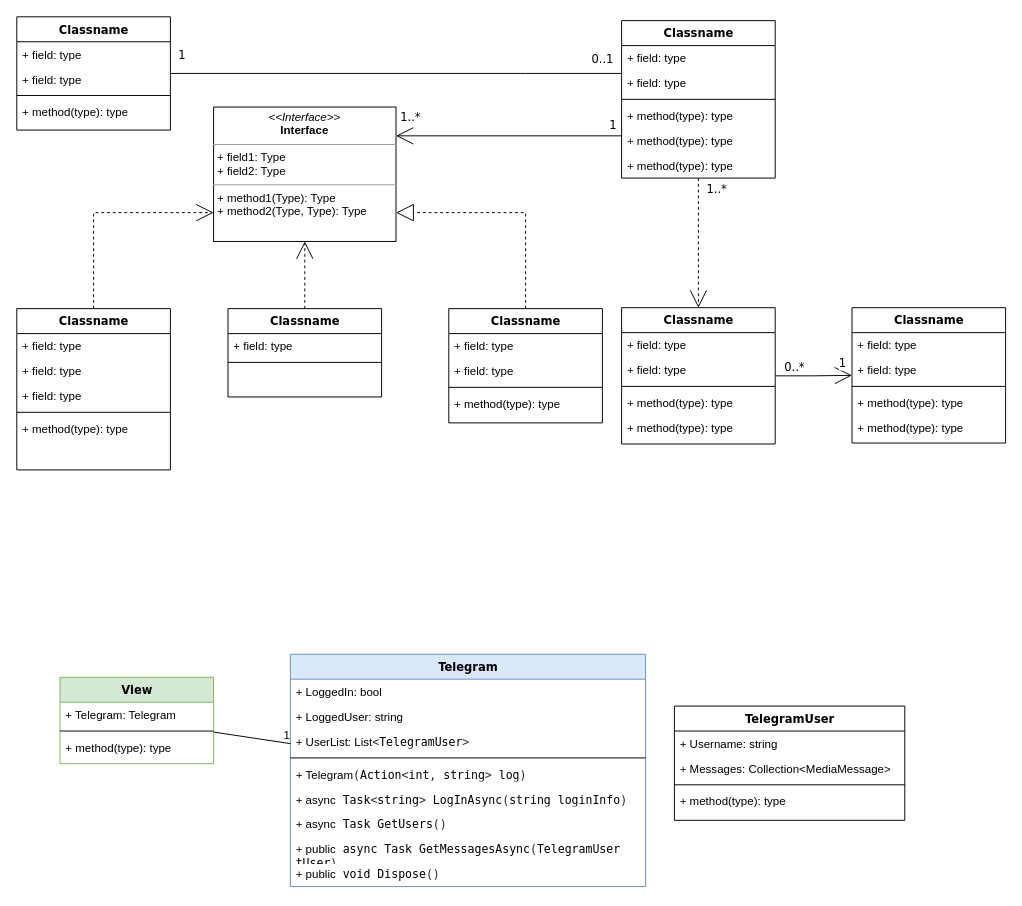
The draw.io diagram gb_classes.drawio in konoplinovich/Diagrams, before the edit. Source tidied: cells renumbered, new cells numbered last; positions are measured from the earlier drawing's top-left corner, leaving out a move shared by most shapes. Both pictures are drawn from the tidied source at 96%, with x=0, y=0 at pixel (16, 16).
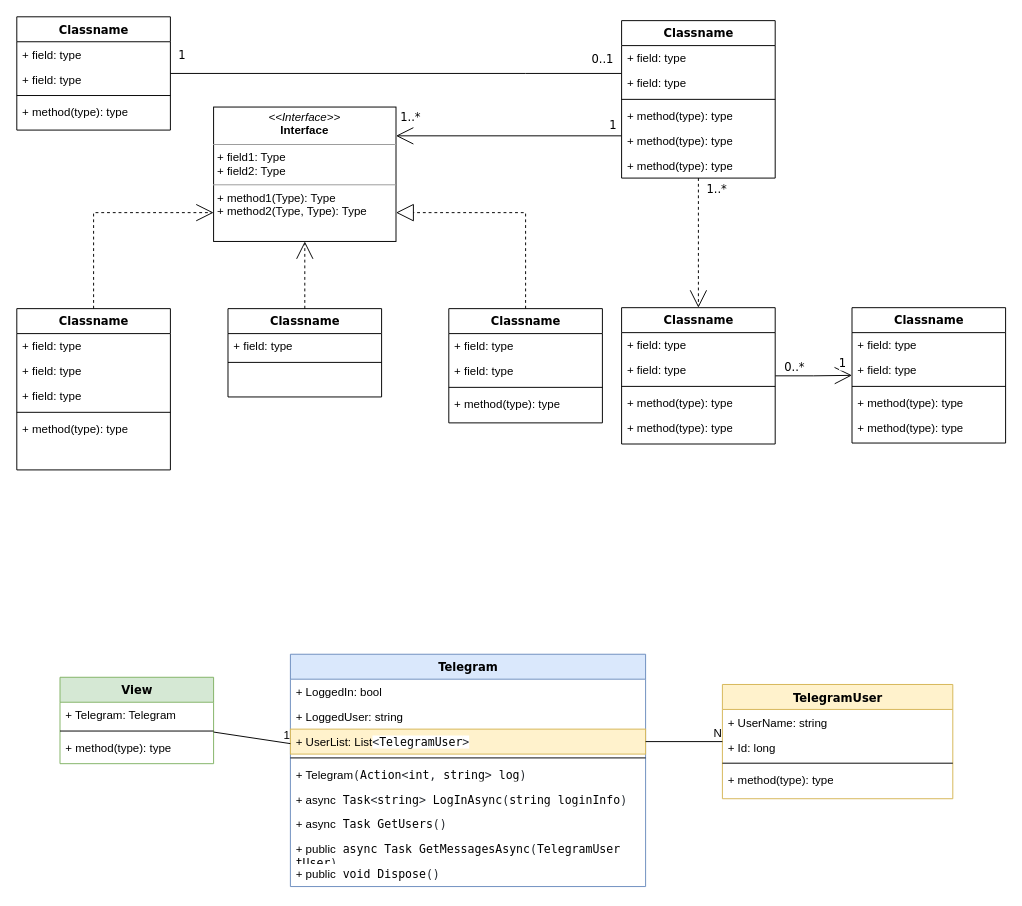
The same page after the edit.

The change refers to these unchanged cells:
```xml
<mxCell id="64" value="Telegram" style="swimlane;html=1;fontStyle=1;align=center;verticalAlign=top;horizontal=1;startSize=26;swimlaneFillColor=#ffffff;rounded=0;shadow=0;comic=0;labelBackgroundColor=none;strokeWidth=1;fillColor=#dae8fc;fontFamily=Verdana;fontSize=12;strokeColor=#6c8ebf;" parent="1" vertex="1">
  <mxGeometry x="285" y="664" width="370" height="242" as="geometry" />
</mxCell>
```

Change to the diagram source:
```diff
@@
-    <mxCell id="59" value="TelegramUser" style="swimlane;html=1;fontStyle=1;align=center;verticalAlign=top;horizontal=1;startSize=26;swimlaneFillColor=#ffffff;rounded=0;shadow=0;comic=0;labelBackgroundColor=none;strokeWidth=1;fillColor=default;fontFamily=Verdana;fontSize=12;" parent="1" vertex="1">
-      <mxGeometry x="685" y="718" width="240" height="119" as="geometry" />
+    <mxCell id="59" value="TelegramUser" style="swimlane;html=1;fontStyle=1;align=center;verticalAlign=top;horizontal=1;startSize=26;swimlaneFillColor=#ffffff;rounded=0;shadow=0;comic=0;labelBackgroundColor=none;strokeWidth=1;fillColor=#fff2cc;fontFamily=Verdana;fontSize=12;strokeColor=#d6b656;" parent="1" vertex="1">
+      <mxGeometry x="735" y="695.5" width="240" height="119" as="geometry" />
     </mxCell>
-    <mxCell id="60" value="+ Username: string" style="text;html=1;strokeColor=none;fillColor=none;align=left;verticalAlign=top;spacingLeft=4;spacingRight=4;whiteSpace=wrap;overflow=hidden;" parent="59" vertex="1">
+    <mxCell id="60" value="+ UserName: string" style="text;html=1;strokeColor=none;fillColor=none;align=left;verticalAlign=top;spacingLeft=4;spacingRight=4;whiteSpace=wrap;overflow=hidden;" parent="59" vertex="1">
       <mxGeometry y="26" width="240" height="26" as="geometry" />
     </mxCell>
-    <mxCell id="61" value="+ Messages: Collection&amp;lt;MediaMessage&amp;gt;" style="text;html=1;strokeColor=none;fillColor=none;align=left;verticalAlign=top;spacingLeft=4;spacingRight=4;whiteSpace=wrap;overflow=hidden;" parent="59" vertex="1">
+    <mxCell id="61" value="+&amp;nbsp;Id:&amp;nbsp;long&lt;span style=&quot;color: rgb(36, 41, 47); font-family: ui-monospace, SFMono-Regular, &amp;quot;SF Mono&amp;quot;, Menlo, Consolas, &amp;quot;Liberation Mono&amp;quot;, monospace; background-color: rgb(255, 255, 255);&quot;&gt;&amp;nbsp;&lt;/span&gt;" style="text;html=1;strokeColor=none;fillColor=none;align=left;verticalAlign=top;spacingLeft=4;spacingRight=4;whiteSpace=wrap;overflow=hidden;" parent="59" vertex="1">
       <mxGeometry y="52" width="240" height="26" as="geometry" />
     </mxCell>
@@
-    <mxCell id="67" value="+&amp;nbsp;UserList:&amp;nbsp;List&lt;span style=&quot;color: rgb(36, 41, 47); font-family: ui-monospace, SFMono-Regular, &amp;quot;SF Mono&amp;quot;, Menlo, Consolas, &amp;quot;Liberation Mono&amp;quot;, monospace; background-color: rgb(255, 255, 255);&quot;&gt;&amp;lt;&lt;/span&gt;&lt;span style=&quot;box-sizing: border-box; color: var(--color-prettylights-syntax-entity); font-family: ui-monospace, SFMono-Regular, &amp;quot;SF Mono&amp;quot;, Menlo, Consolas, &amp;quot;Liberation Mono&amp;quot;, monospace; background-color: rgb(255, 255, 255);&quot; class=&quot;pl-en&quot;&gt;TelegramUser&lt;/span&gt;&lt;span style=&quot;color: rgb(36, 41, 47); font-family: ui-monospace, SFMono-Regular, &amp;quot;SF Mono&amp;quot;, Menlo, Consolas, &amp;quot;Liberation Mono&amp;quot;, monospace; background-color: rgb(255, 255, 255);&quot;&gt;&amp;gt;&lt;/span&gt;" style="text;html=1;strokeColor=none;fillColor=none;align=left;verticalAlign=top;spacingLeft=4;spacingRight=4;whiteSpace=wrap;overflow=hidden;points=[[0,0.5],[1,0.5]];portConstraint=eastwest;" parent="64" vertex="1">
+    <mxCell id="67" value="+&amp;nbsp;UserList:&amp;nbsp;List&lt;span style=&quot;color: rgb(36, 41, 47); font-family: ui-monospace, SFMono-Regular, &amp;quot;SF Mono&amp;quot;, Menlo, Consolas, &amp;quot;Liberation Mono&amp;quot;, monospace; background-color: rgb(255, 255, 255);&quot;&gt;&amp;lt;&lt;/span&gt;&lt;span style=&quot;box-sizing: border-box; color: var(--color-prettylights-syntax-entity); font-family: ui-monospace, SFMono-Regular, &amp;quot;SF Mono&amp;quot;, Menlo, Consolas, &amp;quot;Liberation Mono&amp;quot;, monospace; background-color: rgb(255, 255, 255);&quot; class=&quot;pl-en&quot;&gt;TelegramUser&lt;/span&gt;&lt;span style=&quot;color: rgb(36, 41, 47); font-family: ui-monospace, SFMono-Regular, &amp;quot;SF Mono&amp;quot;, Menlo, Consolas, &amp;quot;Liberation Mono&amp;quot;, monospace; background-color: rgb(255, 255, 255);&quot;&gt;&amp;gt;&lt;/span&gt;" style="text;html=1;strokeColor=#d6b656;fillColor=#fff2cc;align=left;verticalAlign=top;spacingLeft=4;spacingRight=4;whiteSpace=wrap;overflow=hidden;points=[[0,0.5],[1,0.5]];portConstraint=eastwest;" parent="64" vertex="1">
       <mxGeometry y="78" width="370" height="26" as="geometry" />
     </mxCell>
@@
+    <mxCell id="76" style="endArrow=none;html=1;rounded=0;exitX=1;exitY=0.5;exitDx=0;exitDy=0;" parent="1" edge="1" source="67" target="59">
+      <mxGeometry relative="1" as="geometry" />
+    </mxCell>
+    <mxCell id="77" value="N" style="html=1;align=right;verticalAlign=bottom;fillColor=default;" parent="76" vertex="1">
+      <mxGeometry x="1" relative="1" as="geometry" />
+    </mxCell>
```
